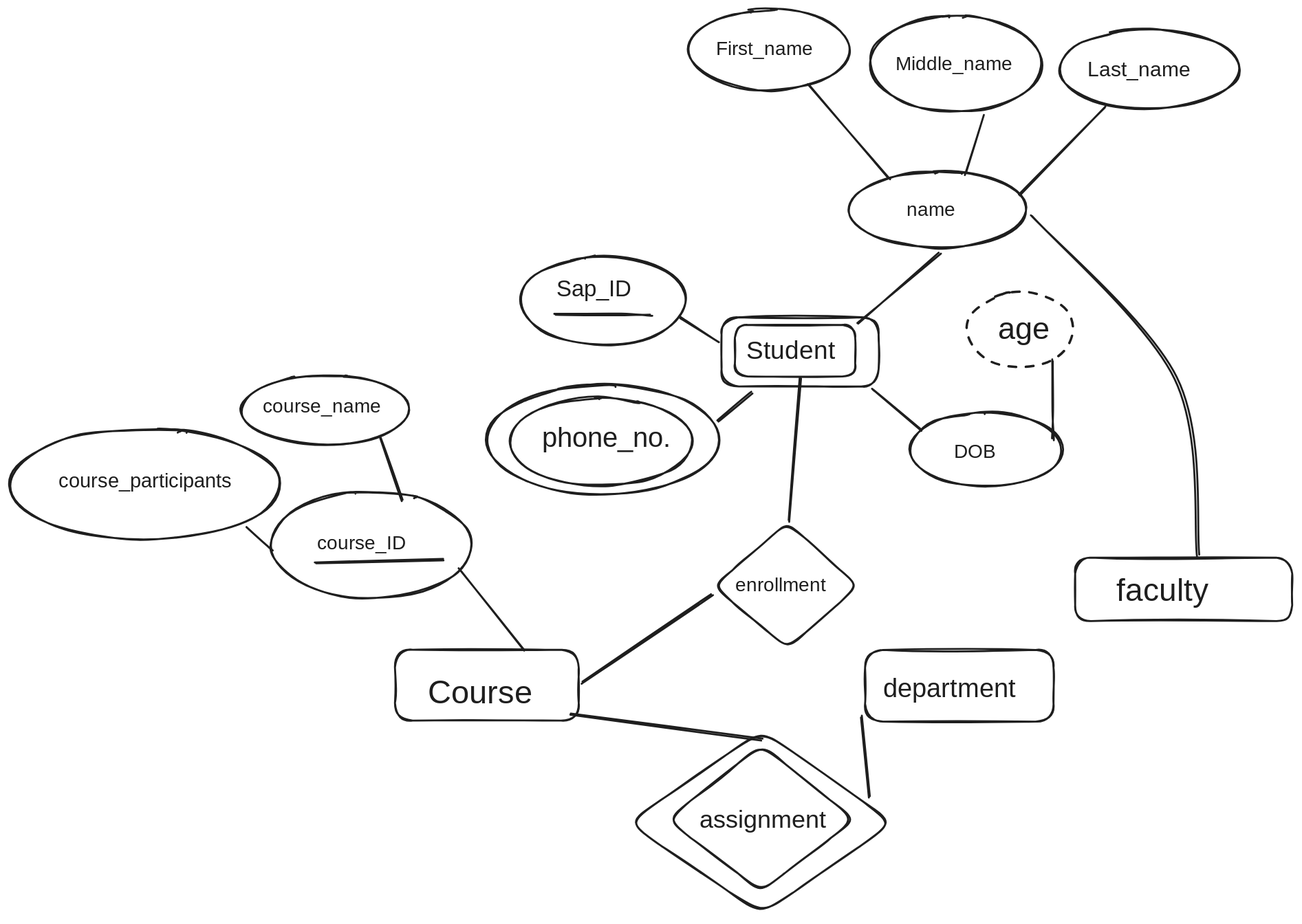
P7XCKD/NF keeps this Excalidraw diagram as Notes Factory/Semister 3/Rough Work/t1.excalidraw.svg. Above is the earlier version. Source tidied: one line per element, renumbered; positions are measured from the earlier drawing's top-left corner, leaving out a move shared by most shapes.
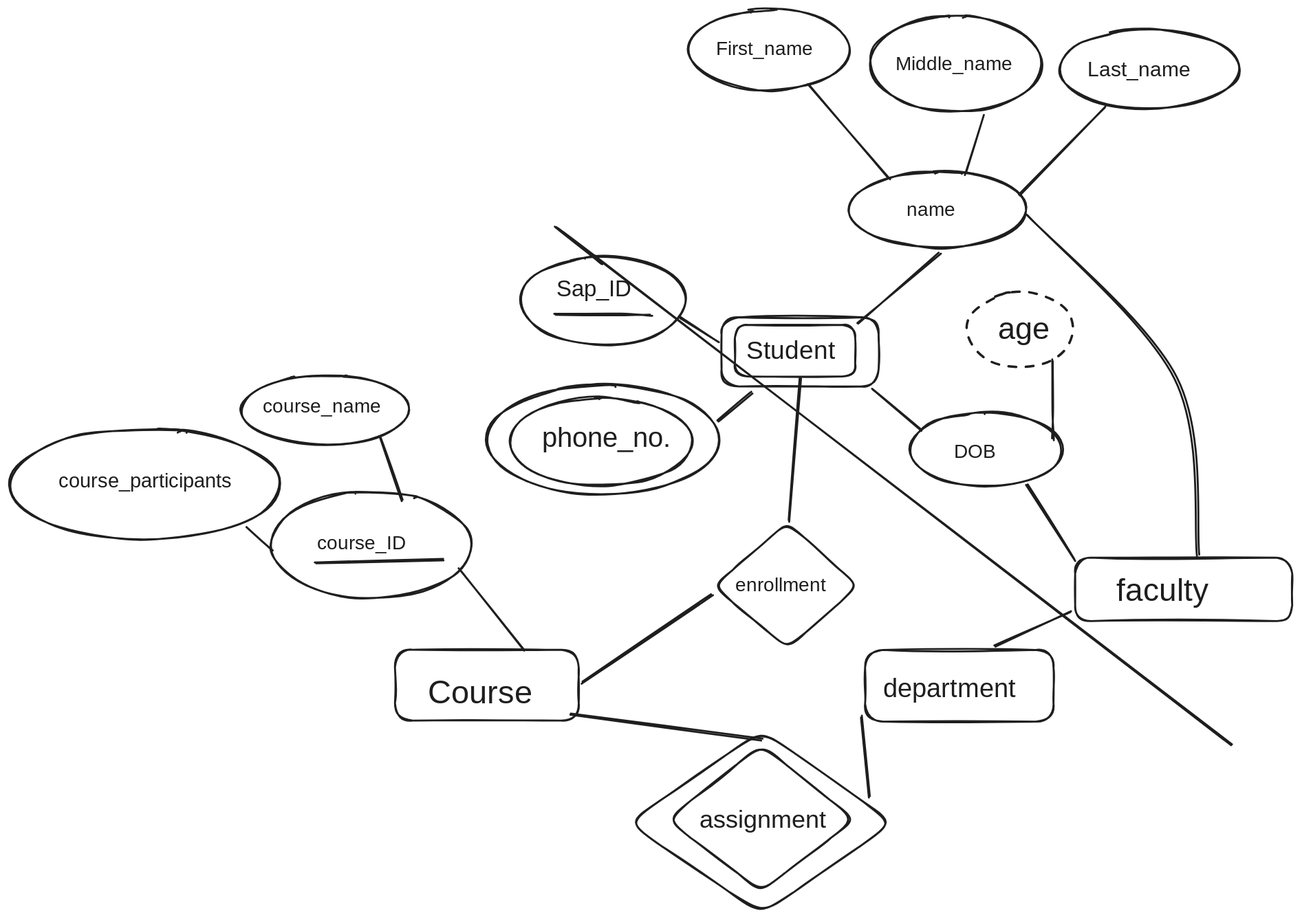
The same diagram one commit later.

Change to the diagram source:
```diff
@@ -52,4 +52,7 @@
 {"id": 51, "type": "rectangle", "strokeColor": "#1e1e1e", "strokeWidth": 2, "roughness": 1, "round": true, "x": 888, "y": 665, "width": 196, "height": 75}
 {"id": 52, "type": "text", "text": "faculty ", "strokeColor": "#1e1e1e", "strokeWidth": 2, "roughness": 1, "fontSize": 32.93, "fontFamily": 1, "x": 1149, "y": 585, "width": 132, "height": 41}
 {"id": 53, "type": "text", "text": "department ", "strokeColor": "#1e1e1e", "strokeWidth": 2, "roughness": 1, "fontSize": 27.4, "fontFamily": 1, "x": 907, "y": 690, "width": 164, "height": 34}
-{"id": 54, "type": "line", "strokeColor": "#1e1e1e", "strokeWidth": 2, "roughness": 1, "round": true, "x": 1061, "y": 214, "width": 173, "height": 353, "points": [[0, 0], [149, 169], [173, 353]]}
+{"id": 54, "type": "line", "strokeColor": "#1e1e1e", "strokeWidth": 2, "roughness": 1, "round": true, "x": 1057, "y": 213, "width": 177, "height": 354, "points": [[0, 0], [154, 170], [177, 354]]}
+{"id": 55, "type": "line", "strokeColor": "#1e1e1e", "strokeWidth": 2, "roughness": 1, "round": true, "x": 1023, "y": 662, "width": 79, "height": 36, "points": [[0, 0], [79, -36]]}
+{"id": 56, "type": "line", "strokeColor": "#1e1e1e", "strokeWidth": 2, "roughness": 1, "round": true, "x": 1056, "y": 493, "width": 50, "height": 80, "points": [[0, 0], [50, 80]]}
+{"id": 57, "type": "line", "strokeColor": "#1e1e1e", "strokeWidth": 2, "roughness": 1, "round": true, "x": 615, "y": 264, "width": 655, "height": 501, "points": [[0, 0], [0, -1], [655, 500]]}
```
